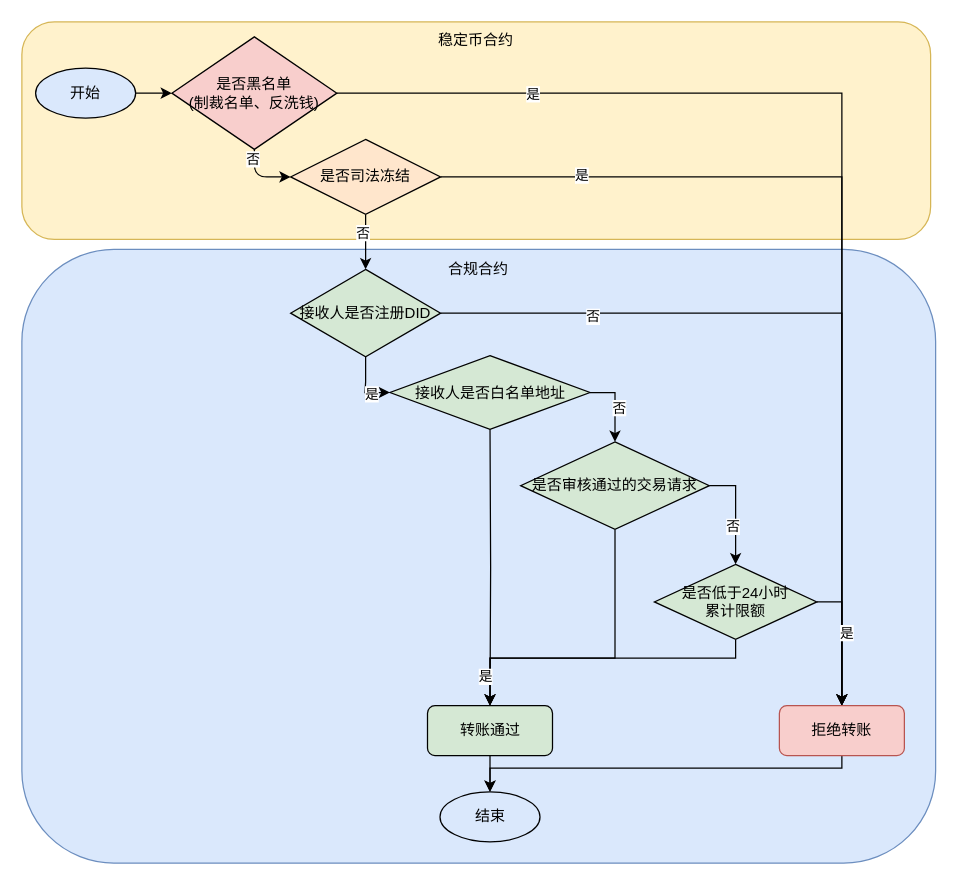
Before: transfer.drawio in mingzhenliu/doc, a draw.io diagram. Source tidied: cells renumbered, new cells numbered last; positions are measured from the earlier drawing's top-left corner, leaving out a move shared by most shapes. Both pictures are drawn from the tidied source at 125%, with x=0, y=0 at pixel (21, 21).
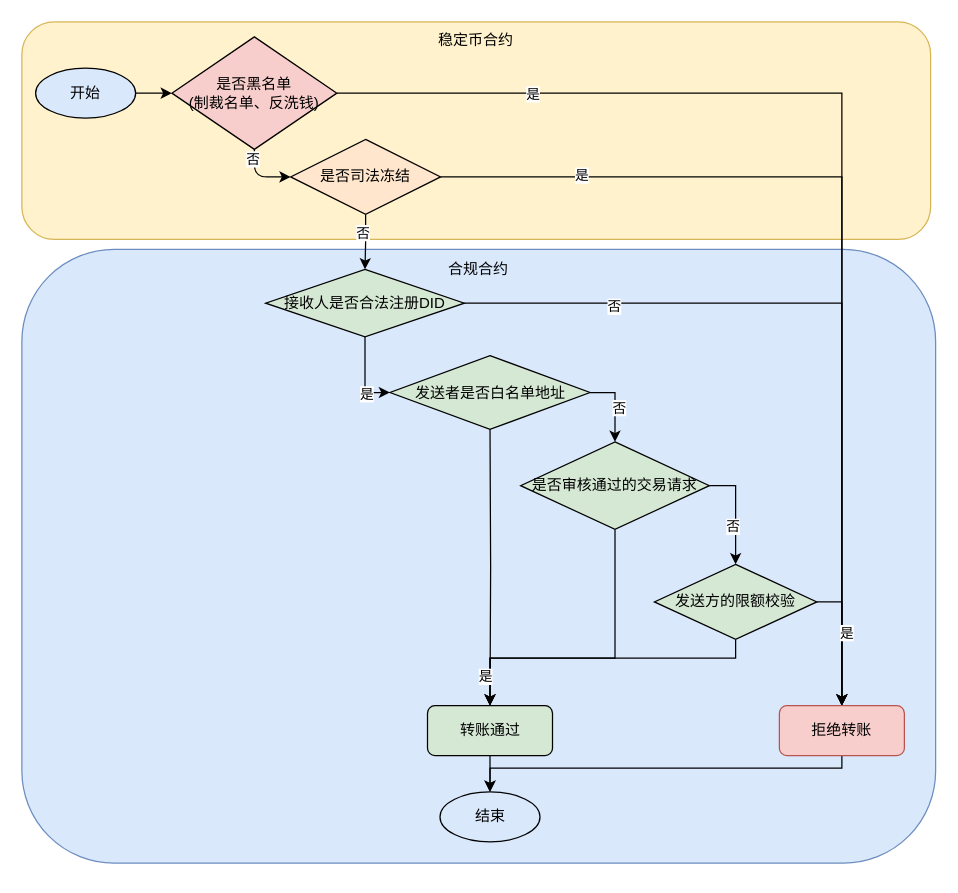
The same page after the edit.

Diff of the diagram source:
```diff
@@
-    <mxCell id="20" value="接收人是否注册DID" style="rhombus;whiteSpace=wrap;html=1;fillColor=#d5e8d4;" parent="1" vertex="1">
-      <mxGeometry x="215" y="198" width="120" height="70" as="geometry" />
+    <mxCell id="20" value="接收人是否合法注册DID" style="rhombus;whiteSpace=wrap;html=1;fillColor=#d5e8d4;" parent="1" vertex="1">
+      <mxGeometry x="195" y="198" width="159" height="54" as="geometry" />
     </mxCell>
@@
-    <mxCell id="24" value="接收人是否白名单地址" style="rhombus;whiteSpace=wrap;html=1;fillColor=#d5e8d4;" parent="1" vertex="1">
+    <mxCell id="24" value="发送者是否白名单地址" style="rhombus;whiteSpace=wrap;html=1;fillColor=#d5e8d4;" parent="1" vertex="1">
       <mxGeometry x="294.5" y="267" width="160" height="59" as="geometry" />
     </mxCell>
@@
-    <mxCell id="33" value="是否低于24小时&lt;div&gt;累计限额&lt;/div&gt;" style="rhombus;whiteSpace=wrap;html=1;fillColor=#d5e8d4;" parent="1" vertex="1">
+    <mxCell id="33" value="发送方的限额校验" style="rhombus;whiteSpace=wrap;html=1;fillColor=#d5e8d4;" parent="1" vertex="1">
       <mxGeometry x="506" y="434" width="130" height="60" as="geometry" />
     </mxCell>
```
